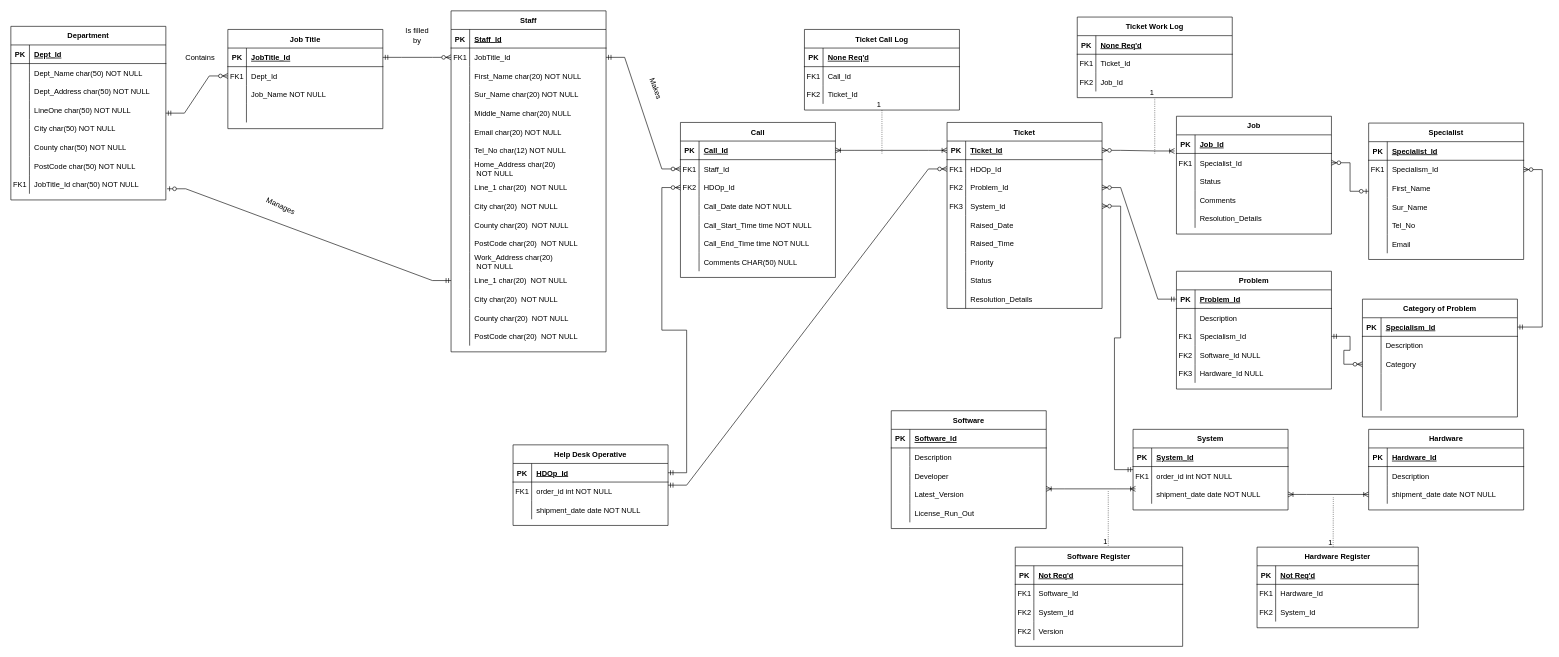
Above: Assets/Untitled Diagram.drawio in olliej111/RTS-Unit-Control (draw.io), before the change. Source tidied: cells renumbered, new cells numbered last; positions are measured from the earlier drawing's top-left corner, leaving out a move shared by most shapes. Both pictures are drawn from the tidied source at 62%, with x=0, y=0 at pixel (11, 11).
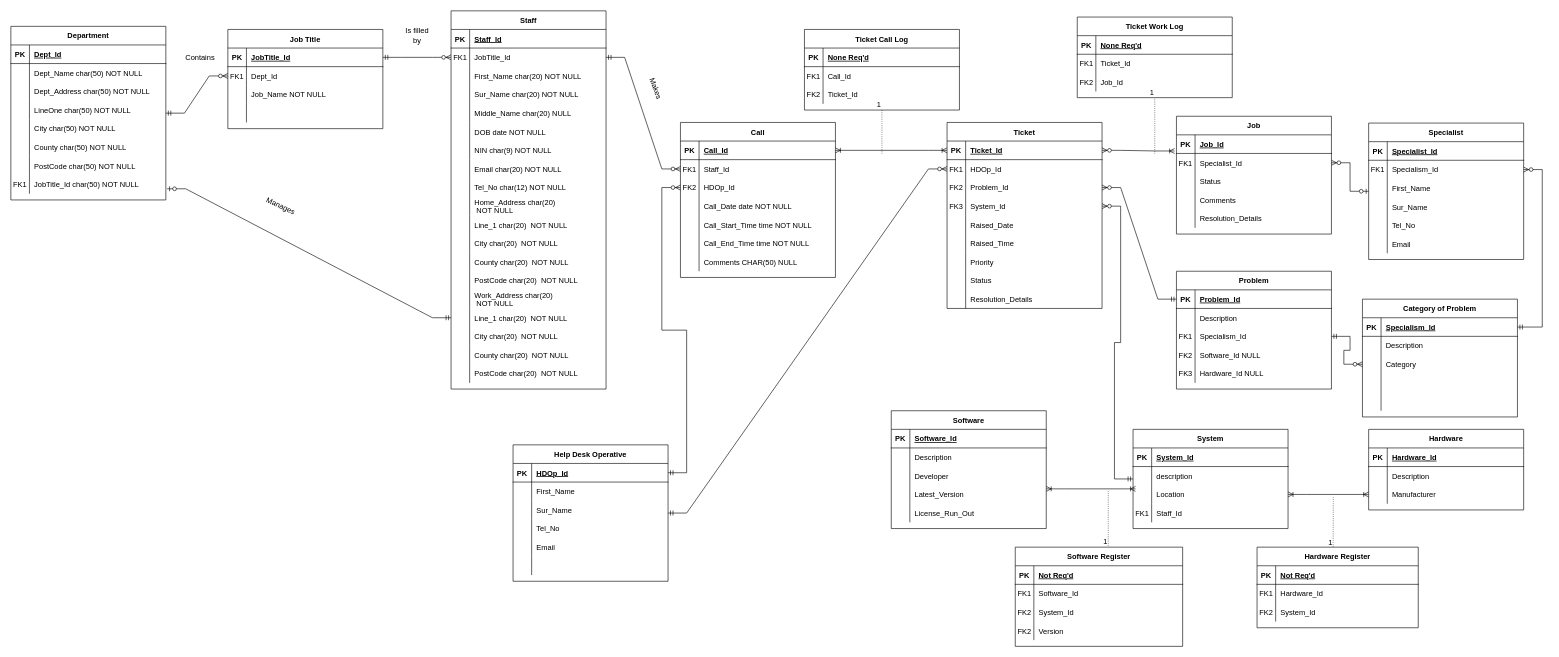
The same diagram, later.

The change refers to these unchanged cells:
```xml
<mxCell id="118" style="shape=partialRectangle;fillColor=none;top=0;left=0;right=0;bottom=0;" parent="114" vertex="1">
  <mxGeometry y="60" width="250" height="30" as="geometry" />
</mxCell>
<mxCell id="121" style="shape=partialRectangle;fillColor=none;top=0;left=0;right=0;bottom=0;" parent="114" vertex="1">
  <mxGeometry y="90" width="250" height="30" as="geometry" />
</mxCell>
<mxCell id="192" style="shape=partialRectangle;fillColor=none;points=[[0,0.5],[1,0.5]];portConstraint=eastwest;top=0;left=0;right=0;bottom=0;" parent="188" vertex="1">
  <mxGeometry y="60" width="250" height="30" as="geometry" />
</mxCell>
<mxCell id="195" style="shape=partialRectangle;fillColor=none;points=[[0,0.5],[1,0.5]];portConstraint=eastwest;top=0;left=0;right=0;bottom=0;" parent="188" vertex="1">
  <mxGeometry y="90" width="250" height="30" as="geometry" />
</mxCell>
<mxCell id="244" style="shape=partialRectangle;fillColor=none;points=[[0,0.5],[1,0.5]];portConstraint=eastwest;top=0;left=0;right=0;bottom=0;" parent="237" vertex="1">
  <mxGeometry y="90" width="250" height="30" as="geometry" />
</mxCell>
```

The edit, as a diff of the source:
```diff
@@
     <mxCell id="15" value="Staff" style="shape=table;startSize=30;childLayout=tableLayout;rowLines=0;fontStyle=1;align=center;" parent="1" vertex="1">
-      <mxGeometry x="710" width="250" height="550" as="geometry" />
+      <mxGeometry x="710" width="250" height="610" as="geometry" />
     </mxCell>
@@
+    <mxCell id="325" style="shape=partialRectangle;fillColor=none;top=0;left=0;right=0;bottom=0;" parent="15" vertex="1">
+      <mxGeometry y="180" width="250" height="30" as="geometry" />
+    </mxCell>
+    <mxCell id="326" style="shape=partialRectangle;overflow=hidden;fillColor=none;top=0;left=0;bottom=0;right=0;" parent="325" vertex="1">
+      <mxGeometry width="30" height="30" as="geometry" />
+    </mxCell>
+    <mxCell id="327" value="DOB date NOT NULL" style="shape=partialRectangle;overflow=hidden;fillColor=none;top=0;left=0;bottom=0;right=0;align=left;spacingLeft=6;" parent="325" vertex="1">
+      <mxGeometry x="30" width="220" height="30" as="geometry" />
+    </mxCell>
+    <mxCell id="328" style="shape=partialRectangle;fillColor=none;top=0;left=0;right=0;bottom=0;" parent="15" vertex="1">
+      <mxGeometry y="210" width="250" height="30" as="geometry" />
+    </mxCell>
+    <mxCell id="329" style="shape=partialRectangle;overflow=hidden;fillColor=none;top=0;left=0;bottom=0;right=0;" parent="328" vertex="1">
+      <mxGeometry width="30" height="30" as="geometry" />
+    </mxCell>
+    <mxCell id="330" value="NIN char(9) NOT NULL" style="shape=partialRectangle;overflow=hidden;fillColor=none;top=0;left=0;bottom=0;right=0;align=left;spacingLeft=6;" parent="328" vertex="1">
+      <mxGeometry x="30" width="220" height="30" as="geometry" />
+    </mxCell>
     <mxCell id="31" style="shape=partialRectangle;fillColor=none;top=0;left=0;right=0;bottom=0;" parent="15" vertex="1">
-      <mxGeometry y="180" width="250" height="30" as="geometry" />
+      <mxGeometry y="240" width="250" height="30" as="geometry" />
     </mxCell>
@@
     <mxCell id="34" style="shape=partialRectangle;fillColor=none;top=0;left=0;right=0;bottom=0;" parent="15" vertex="1">
-      <mxGeometry y="210" width="250" height="30" as="geometry" />
+      <mxGeometry y="270" width="250" height="30" as="geometry" />
     </mxCell>
@@
     <mxCell id="37" style="shape=partialRectangle;fillColor=none;top=0;left=0;right=0;bottom=0;" parent="15" vertex="1">
-      <mxGeometry y="240" width="250" height="30" as="geometry" />
+      <mxGeometry y="300" width="250" height="30" as="geometry" />
     </mxCell>
@@
     <mxCell id="40" style="shape=partialRectangle;fillColor=none;top=0;left=0;right=0;bottom=0;" parent="15" vertex="1">
-      <mxGeometry y="270" width="250" height="30" as="geometry" />
+      <mxGeometry y="330" width="250" height="30" as="geometry" />
     </mxCell>
@@
     <mxCell id="43" style="shape=partialRectangle;fillColor=none;top=0;left=0;right=0;bottom=0;" parent="15" vertex="1">
-      <mxGeometry y="300" width="250" height="30" as="geometry" />
+      <mxGeometry y="360" width="250" height="30" as="geometry" />
     </mxCell>
@@
     <mxCell id="46" style="shape=partialRectangle;fillColor=none;top=0;left=0;right=0;bottom=0;" parent="15" vertex="1">
-      <mxGeometry y="330" width="250" height="30" as="geometry" />
+      <mxGeometry y="390" width="250" height="30" as="geometry" />
     </mxCell>
@@
     <mxCell id="49" style="shape=partialRectangle;fillColor=none;top=0;left=0;right=0;bottom=0;" parent="15" vertex="1">
-      <mxGeometry y="360" width="250" height="30" as="geometry" />
+      <mxGeometry y="420" width="250" height="30" as="geometry" />
     </mxCell>
@@
     <mxCell id="52" style="shape=partialRectangle;fillColor=none;top=0;left=0;right=0;bottom=0;" parent="15" vertex="1">
-      <mxGeometry y="390" width="250" height="30" as="geometry" />
+      <mxGeometry y="450" width="250" height="30" as="geometry" />
     </mxCell>
@@
     <mxCell id="55" style="shape=partialRectangle;fillColor=none;points=[[0,0.5],[1,0.5]];portConstraint=eastwest;top=0;left=0;right=0;bottom=0;" parent="15" vertex="1">
-      <mxGeometry y="420" width="250" height="30" as="geometry" />
+      <mxGeometry y="480" width="250" height="30" as="geometry" />
     </mxCell>
@@
     <mxCell id="58" style="shape=partialRectangle;fillColor=none;top=0;left=0;right=0;bottom=0;" parent="15" vertex="1">
-      <mxGeometry y="450" width="250" height="30" as="geometry" />
+      <mxGeometry y="510" width="250" height="30" as="geometry" />
     </mxCell>
@@
     <mxCell id="61" style="shape=partialRectangle;fillColor=none;top=0;left=0;right=0;bottom=0;" parent="15" vertex="1">
-      <mxGeometry y="480" width="250" height="30" as="geometry" />
+      <mxGeometry y="540" width="250" height="30" as="geometry" />
     </mxCell>
@@
     <mxCell id="64" style="shape=partialRectangle;fillColor=none;top=0;left=0;right=0;bottom=0;" parent="15" vertex="1">
-      <mxGeometry y="510" width="250" height="30" as="geometry" />
+      <mxGeometry y="570" width="250" height="30" as="geometry" />
     </mxCell>
@@
     <mxCell id="114" value="Help Desk Operative" style="shape=table;startSize=30;childLayout=tableLayout;rowLines=0;fontStyle=1;align=center;" parent="1" vertex="1">
-      <mxGeometry x="810" y="700" width="250" height="130" as="geometry" />
+      <mxGeometry x="810" y="700" width="250" height="220" as="geometry" />
     </mxCell>
@@
-    <mxCell id="119" value="FK1" style="shape=partialRectangle;overflow=hidden;fillColor=none;top=0;left=0;bottom=0;right=0;" parent="118" vertex="1">
+    <mxCell id="119" style="shape=partialRectangle;overflow=hidden;fillColor=none;top=0;left=0;bottom=0;right=0;" parent="118" vertex="1">
       <mxGeometry width="30" height="30" as="geometry" />
     </mxCell>
-    <mxCell id="120" value="order_id int NOT NULL" style="shape=partialRectangle;overflow=hidden;fillColor=none;top=0;left=0;bottom=0;right=0;align=left;spacingLeft=6;" parent="118" vertex="1">
+    <mxCell id="120" value="First_Name" style="shape=partialRectangle;overflow=hidden;fillColor=none;top=0;left=0;bottom=0;right=0;align=left;spacingLeft=6;" parent="118" vertex="1">
       <mxGeometry x="30" width="220" height="30" as="geometry" />
     </mxCell>
@@
-    <mxCell id="123" value="shipment_date date NOT NULL" style="shape=partialRectangle;overflow=hidden;fillColor=none;top=0;left=0;bottom=0;right=0;align=left;spacingLeft=6;" parent="121" vertex="1">
+    <mxCell id="123" value="Sur_Name" style="shape=partialRectangle;overflow=hidden;fillColor=none;top=0;left=0;bottom=0;right=0;align=left;spacingLeft=6;" parent="121" vertex="1">
       <mxGeometry x="30" width="220" height="30" as="geometry" />
     </mxCell>
+    <mxCell id="331" style="shape=partialRectangle;fillColor=none;top=0;left=0;right=0;bottom=0;" parent="114" vertex="1">
+      <mxGeometry y="120" width="250" height="30" as="geometry" />
+    </mxCell>
+    <mxCell id="332" style="shape=partialRectangle;overflow=hidden;fillColor=none;top=0;left=0;bottom=0;right=0;" parent="331" vertex="1">
+      <mxGeometry width="30" height="30" as="geometry" />
+    </mxCell>
+    <mxCell id="333" value="Tel_No" style="shape=partialRectangle;overflow=hidden;fillColor=none;top=0;left=0;bottom=0;right=0;align=left;spacingLeft=6;" parent="331" vertex="1">
+      <mxGeometry x="30" width="220" height="30" as="geometry" />
+    </mxCell>
+    <mxCell id="334" style="shape=partialRectangle;fillColor=none;top=0;left=0;right=0;bottom=0;" parent="114" vertex="1">
+      <mxGeometry y="150" width="250" height="30" as="geometry" />
+    </mxCell>
+    <mxCell id="335" style="shape=partialRectangle;overflow=hidden;fillColor=none;top=0;left=0;bottom=0;right=0;" parent="334" vertex="1">
+      <mxGeometry width="30" height="30" as="geometry" />
+    </mxCell>
+    <mxCell id="336" value="Email" style="shape=partialRectangle;overflow=hidden;fillColor=none;top=0;left=0;bottom=0;right=0;align=left;spacingLeft=6;" parent="334" vertex="1">
+      <mxGeometry x="30" width="220" height="30" as="geometry" />
+    </mxCell>
+    <mxCell id="337" style="shape=partialRectangle;fillColor=none;top=0;left=0;right=0;bottom=0;" parent="114" vertex="1">
+      <mxGeometry y="180" width="250" height="30" as="geometry" />
+    </mxCell>
+    <mxCell id="338" style="shape=partialRectangle;overflow=hidden;fillColor=none;top=0;left=0;bottom=0;right=0;" parent="337" vertex="1">
+      <mxGeometry width="30" height="30" as="geometry" />
+    </mxCell>
+    <mxCell id="339" style="shape=partialRectangle;overflow=hidden;fillColor=none;top=0;left=0;bottom=0;right=0;align=left;spacingLeft=6;" parent="337" vertex="1">
+      <mxGeometry x="30" width="220" height="30" as="geometry" />
+    </mxCell>
@@
     <mxCell id="188" value="System" style="shape=table;startSize=30;childLayout=tableLayout;rowLines=0;fontStyle=1;align=center;" parent="1" vertex="1">
-      <mxGeometry x="1810" y="675" width="250" height="130" as="geometry" />
+      <mxGeometry x="1810" y="675" width="250" height="160" as="geometry" />
     </mxCell>
@@
-    <mxCell id="193" value="FK1" style="shape=partialRectangle;overflow=hidden;fillColor=none;top=0;left=0;bottom=0;right=0;" parent="192" vertex="1">
+    <mxCell id="193" style="shape=partialRectangle;overflow=hidden;fillColor=none;top=0;left=0;bottom=0;right=0;" parent="192" vertex="1">
       <mxGeometry width="30" height="30" as="geometry" />
     </mxCell>
-    <mxCell id="194" value="order_id int NOT NULL" style="shape=partialRectangle;overflow=hidden;fillColor=none;top=0;left=0;bottom=0;right=0;align=left;spacingLeft=6;" parent="192" vertex="1">
+    <mxCell id="194" value="description" style="shape=partialRectangle;overflow=hidden;fillColor=none;top=0;left=0;bottom=0;right=0;align=left;spacingLeft=6;" parent="192" vertex="1">
       <mxGeometry x="30" width="220" height="30" as="geometry" />
     </mxCell>
@@
-    <mxCell id="197" value="shipment_date date NOT NULL" style="shape=partialRectangle;overflow=hidden;fillColor=none;top=0;left=0;bottom=0;right=0;align=left;spacingLeft=6;" parent="195" vertex="1">
+    <mxCell id="197" value="Location" style="shape=partialRectangle;overflow=hidden;fillColor=none;top=0;left=0;bottom=0;right=0;align=left;spacingLeft=6;" parent="195" vertex="1">
       <mxGeometry x="30" width="220" height="30" as="geometry" />
     </mxCell>
+    <mxCell id="340" style="shape=partialRectangle;fillColor=none;top=0;left=0;right=0;bottom=0;" parent="188" vertex="1">
+      <mxGeometry y="120" width="250" height="30" as="geometry" />
+    </mxCell>
+    <mxCell id="341" value="FK1" style="shape=partialRectangle;overflow=hidden;fillColor=none;top=0;left=0;bottom=0;right=0;" parent="340" vertex="1">
+      <mxGeometry width="30" height="30" as="geometry" />
+    </mxCell>
+    <mxCell id="342" value="Staff_Id" style="shape=partialRectangle;overflow=hidden;fillColor=none;top=0;left=0;bottom=0;right=0;align=left;spacingLeft=6;" parent="340" vertex="1">
+      <mxGeometry x="30" width="220" height="30" as="geometry" />
+    </mxCell>
@@
-    <mxCell id="246" value="shipment_date date NOT NULL" style="shape=partialRectangle;overflow=hidden;fillColor=none;top=0;left=0;bottom=0;right=0;align=left;spacingLeft=6;" parent="244" vertex="1">
+    <mxCell id="246" value="Manufacturer" style="shape=partialRectangle;overflow=hidden;fillColor=none;top=0;left=0;bottom=0;right=0;align=left;spacingLeft=6;" parent="244" vertex="1">
       <mxGeometry x="30" width="220" height="30" as="geometry" />
     </mxCell>
```
